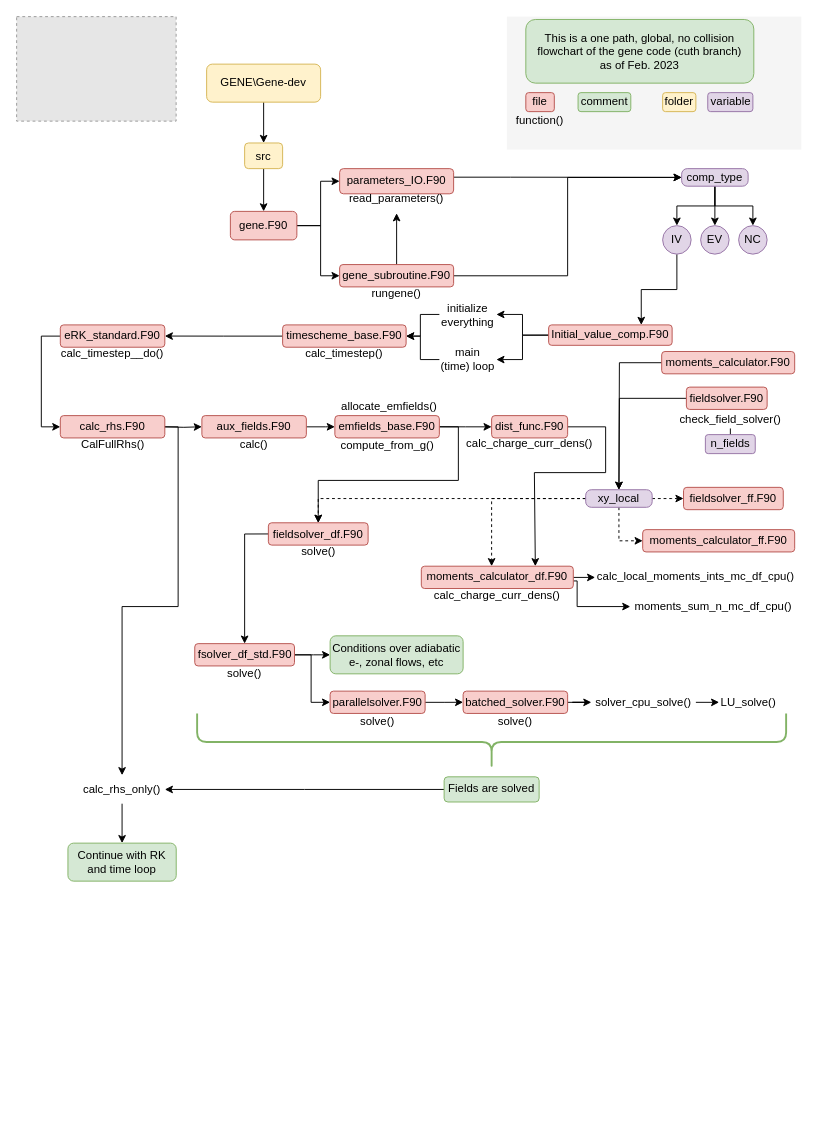
This is Gene_flowchart.drawio from FM-Sheffield/Gene_Flowchart, a draw.io file, before an edit. Source tidied: cells renumbered, new cells numbered last; positions are measured from the earlier drawing's top-left corner, leaving out a move shared by most shapes. Both pictures are drawn from the tidied source at 95%, with x=0, y=0 at pixel (16, 16). Pictures stored in the file or linked from it are replaced by grey dashed boxes.
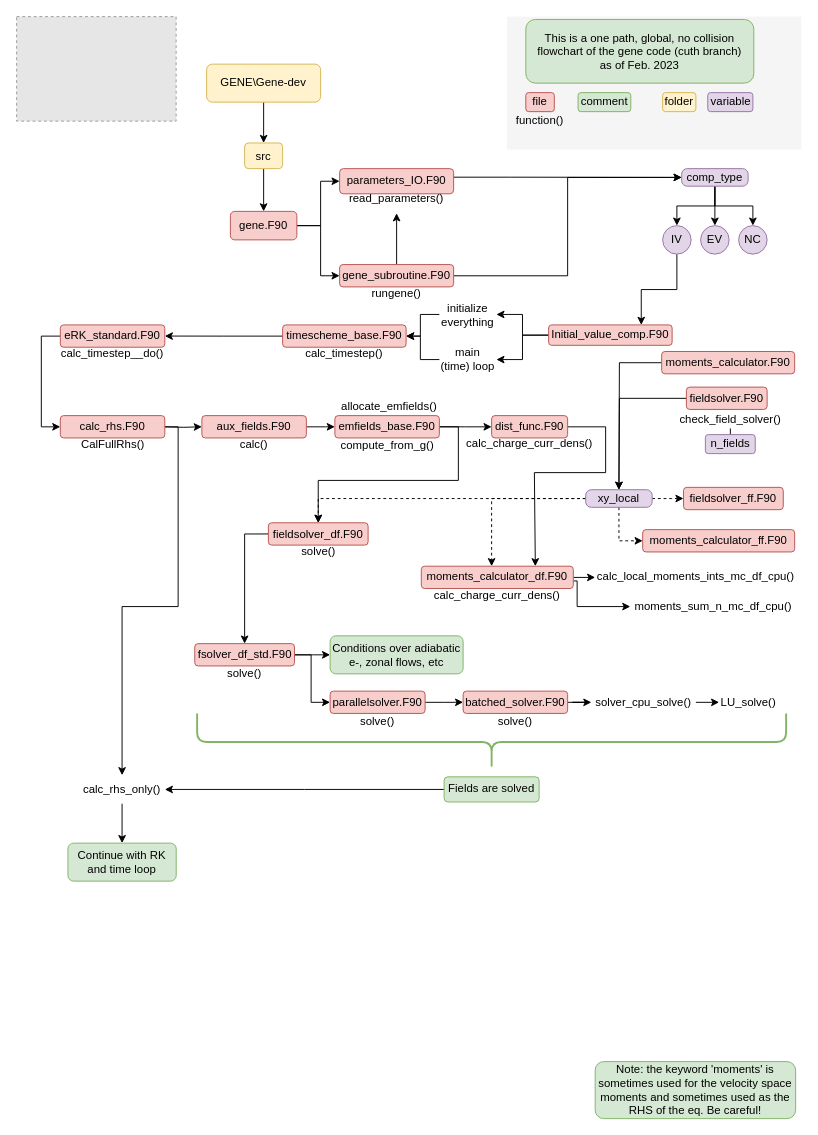
After the change.

Commit message:
Added warning regarding moments

Diff of the diagram source:
```diff
@@
+    <mxCell id="103" value="Note: the keyword 'moments' is sometimes used for the velocity space moments and sometimes used as the RHS of the eq. Be careful!" style="rounded=1;whiteSpace=wrap;html=1;sketch=0;fillColor=#d5e8d4;strokeColor=#82b366;" parent="1" vertex="1">
+      <mxGeometry x="609" y="1100" width="211" height="60" as="geometry" />
+    </mxCell>
```
